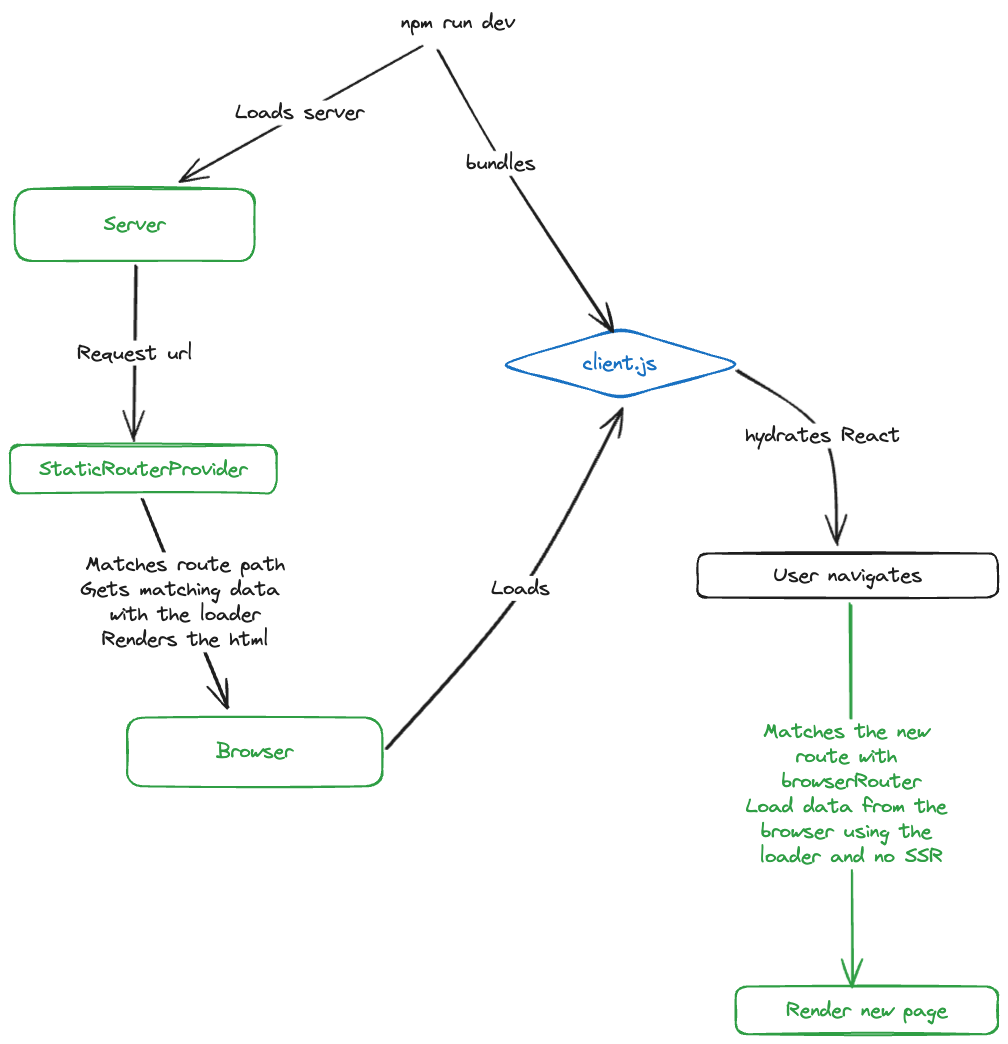
Earlier version of the Excalidraw export flow.excalidraw.png (dobladov/bun-ssr-react). Source tidied: one line per element, renumbered; positions are measured from the earlier drawing's top-left corner, leaving out a move shared by most shapes.
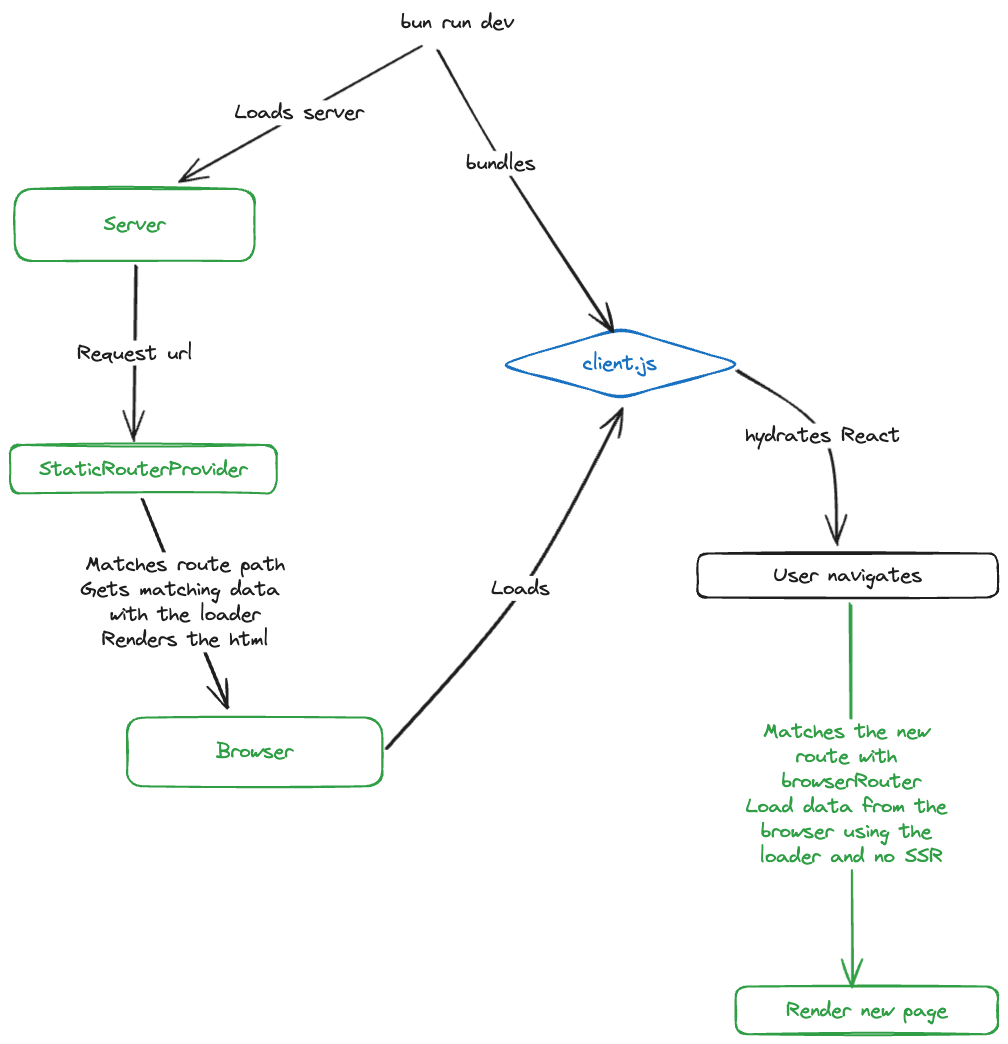
After the commit.

The edit, as a diff of the source:
```diff
@@ -6,8 +6,8 @@
 {"id": 5, "type": "text", "text": "Request url", "strokeColor": "#1e1e1e", "strokeWidth": 2, "roughness": 1, "fontSize": 20, "fontFamily": 1, "textAlign": "center", "verticalAlign": "middle", "inside": 4, "x": 0, "y": 396, "width": 115, "height": 25}
 {"id": 6, "type": "diamond", "strokeColor": "#1971c2", "strokeWidth": 2, "roughness": 1, "round": true, "x": 543, "y": 385, "width": 245, "height": 70}
 {"id": 7, "type": "text", "text": "client.js", "strokeColor": "#1971c2", "strokeWidth": 2, "roughness": 1, "fontSize": 20, "fontFamily": 1, "textAlign": "center", "verticalAlign": "middle", "inside": 6, "x": 629, "y": 407, "width": 74, "height": 25}
-{"id": 8, "type": "text", "text": "npm run dev", "strokeColor": "#1e1e1e", "strokeWidth": 2, "roughness": 1, "fontSize": 20, "fontFamily": 1, "x": 447, "y": 66, "width": 114, "height": 25}
+{"id": 8, "type": "text", "text": "bun run dev", "strokeColor": "#1e1e1e", "strokeWidth": 2, "roughness": 1, "fontSize": 20, "fontFamily": 1, "x": 447, "y": 66, "width": 113, "height": 25}
-{"id": 9, "type": "arrow", "strokeColor": "#1e1e1e", "strokeWidth": 2, "roughness": 1, "endArrowhead": "arrow", "round": true, "from": 8, "to": 0, "x": 466, "y": 102, "width": 240, "height": 135, "points": [[0, 0], [-240, 135]]}
+{"id": 9, "type": "arrow", "strokeColor": "#1e1e1e", "strokeWidth": 2, "roughness": 1, "endArrowhead": "arrow", "round": true, "from": 8, "to": 0, "x": 465, "y": 102, "width": 240, "height": 135, "points": [[0, 0], [-240, 135]]}
 {"id": 10, "type": "text", "text": "Loads server", "strokeColor": "#1e1e1e", "strokeWidth": 2, "roughness": 1, "fontSize": 20, "fontFamily": 1, "textAlign": "center", "verticalAlign": "middle", "inside": 9, "x": 75, "y": 76, "width": 129, "height": 25}
 {"id": 11, "type": "arrow", "strokeColor": "#1e1e1e", "strokeWidth": 2, "roughness": 1, "endArrowhead": "arrow", "round": true, "from": 8, "x": 483, "y": 106, "width": 173, "height": 282, "points": [[0, 0], [64, 114], [173, 282]]}
 {"id": 12, "type": "text", "text": "bundles", "strokeColor": "#1e1e1e", "strokeWidth": 2, "roughness": 1, "fontSize": 20, "fontFamily": 1, "textAlign": "center", "verticalAlign": "middle", "inside": 11, "x": 313, "y": 0, "width": 69, "height": 25}
```
